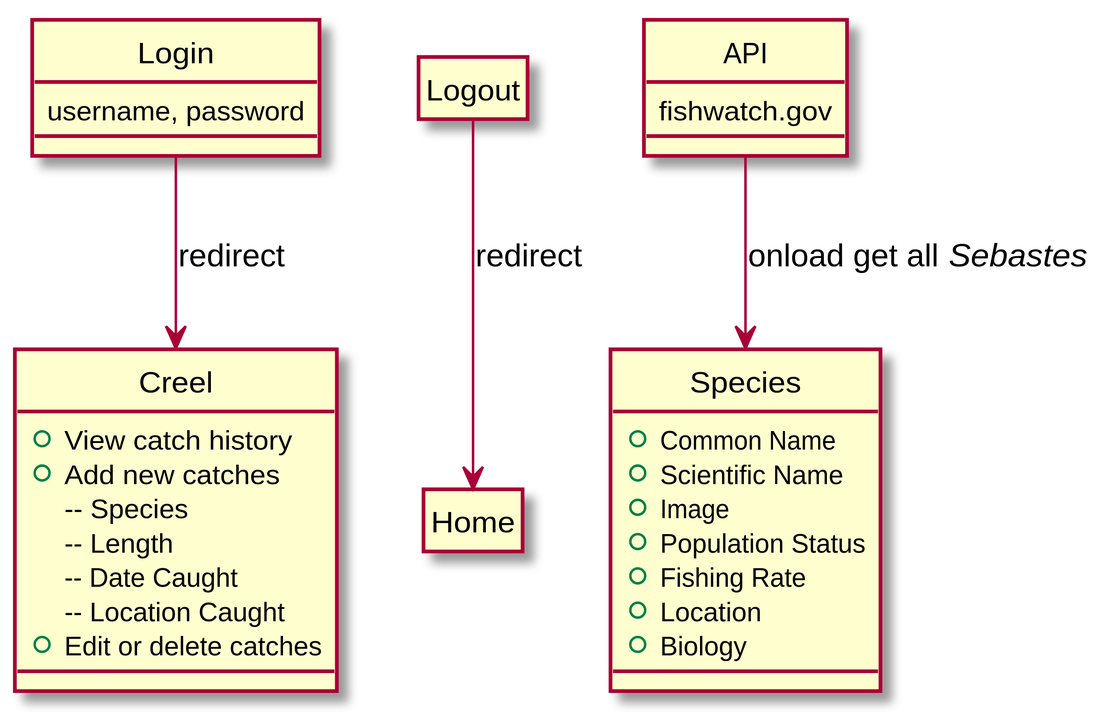
Before: out/client/dataFlow/dataFlow.svg, a diagram exported from PlantUML (cftgithub/rockfish-conservation).
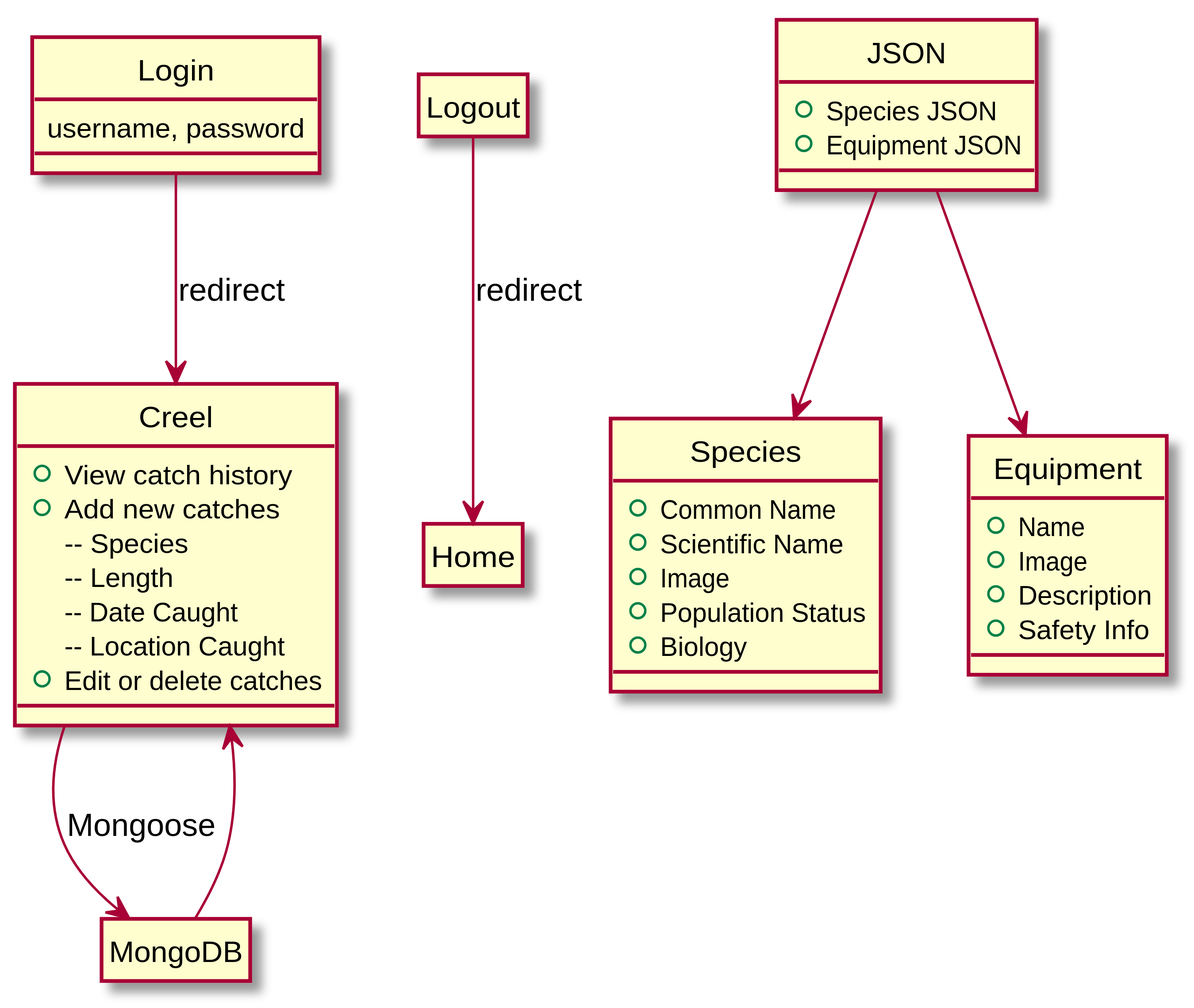
After the commit.

Diff of the diagram source:
```diff
@@ -19,12 +19,15 @@
    + Edit or delete catches
 }
 
+class MongoDB {}
+
 class Logout {}
 
 class Home{}
 
-class API {
-    fishwatch.gov
+class JSON {
+    + Species JSON
+    + Equipment JSON
 }
 
 class Species {
@@ -32,16 +35,25 @@
     + Scientific Name
     + Image
     + Population Status
-    + Fishing Rate
-    + Location
     + Biology
+}
+
+class Equipment {
+    + Name
+    + Image
+    + Description
+    + Safety Info
 }
 
 hide circle
 hide Logout members
 hide Home members
+hide MongoDB members
 
 Login --> Creel : redirect
+Creel --> MongoDB : Mongoose
+MongoDB --> Creel
 Logout --> Home : redirect
-API --> Species : onload get all <i>Sebastes</i>
+JSON --> Species
+JSON --> Equipment
 @enduml
```
